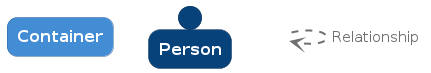
Above: docs/diagrams/structurizr-Container-001-key.png in axsilva1991/structurizr_dsl_pratice (PlantUML), before the change.
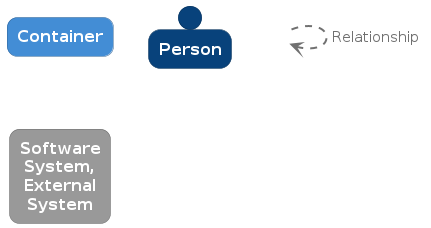
Above is the later version.

Commit message:
chores(C4 diagrams): Update Structurizr diagrams

Change to the diagram source:
```diff
@@ -31,8 +31,16 @@
 }
 person "==Person" <<2>>
 
-rectangle "." <<_transparent>> as 3
-3 .[#707070,thickness=2].> 3 : "<color:#707070>Relationship"
+skinparam rectangle<<3>> {
+  BackgroundColor #999999
+  FontColor #ffffff
+  BorderColor #6b6b6b
+  roundCorner 20
+}
+rectangle "==Software System, External System" <<3>>
+
+rectangle "." <<_transparent>> as 4
+4 .[#707070,thickness=2].> 4 : "<color:#707070>Relationship"
 
 
 @enduml
```
